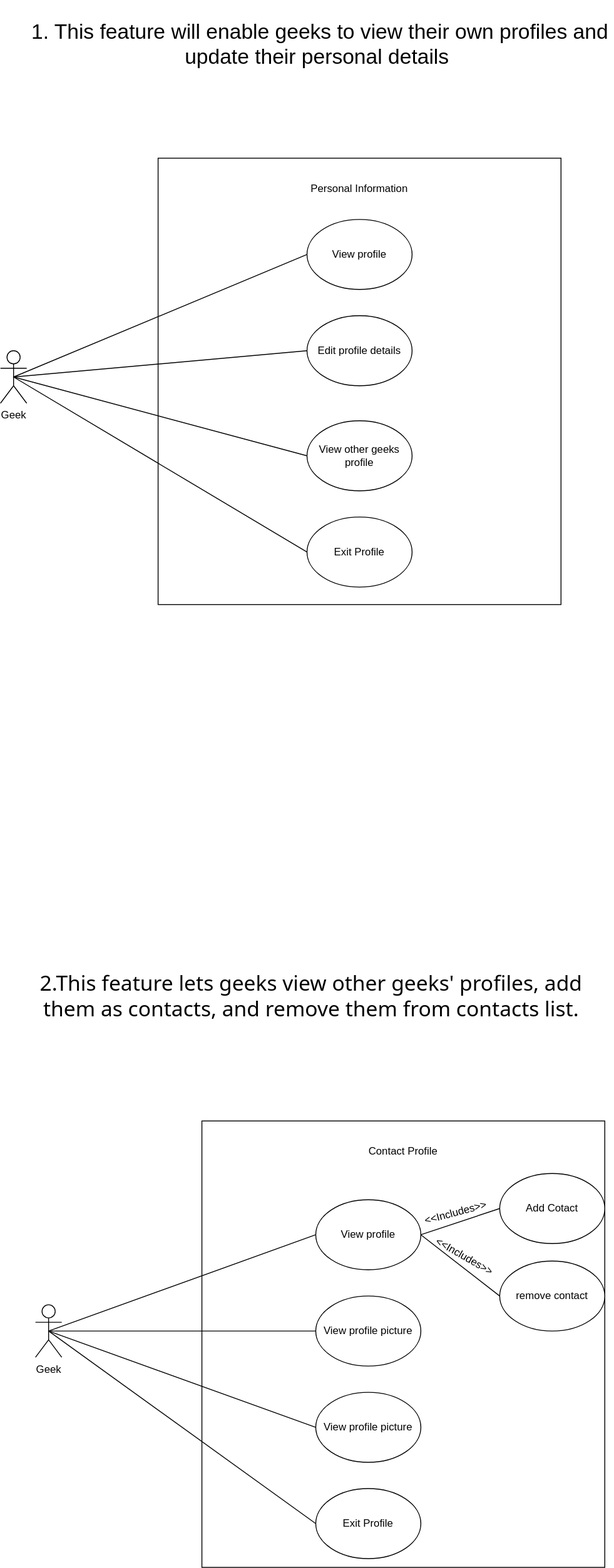
tshegofatso-motlhakane/Geeks-Chat keeps this draw.io diagram as Deliverable1/UsecaseDiagrams/Profile.drawio.svg. Above is the earlier version. Source tidied: cells renumbered, new cells last; positions are measured from the earlier drawing's top-left corner, leaving out a move shared by most shapes.
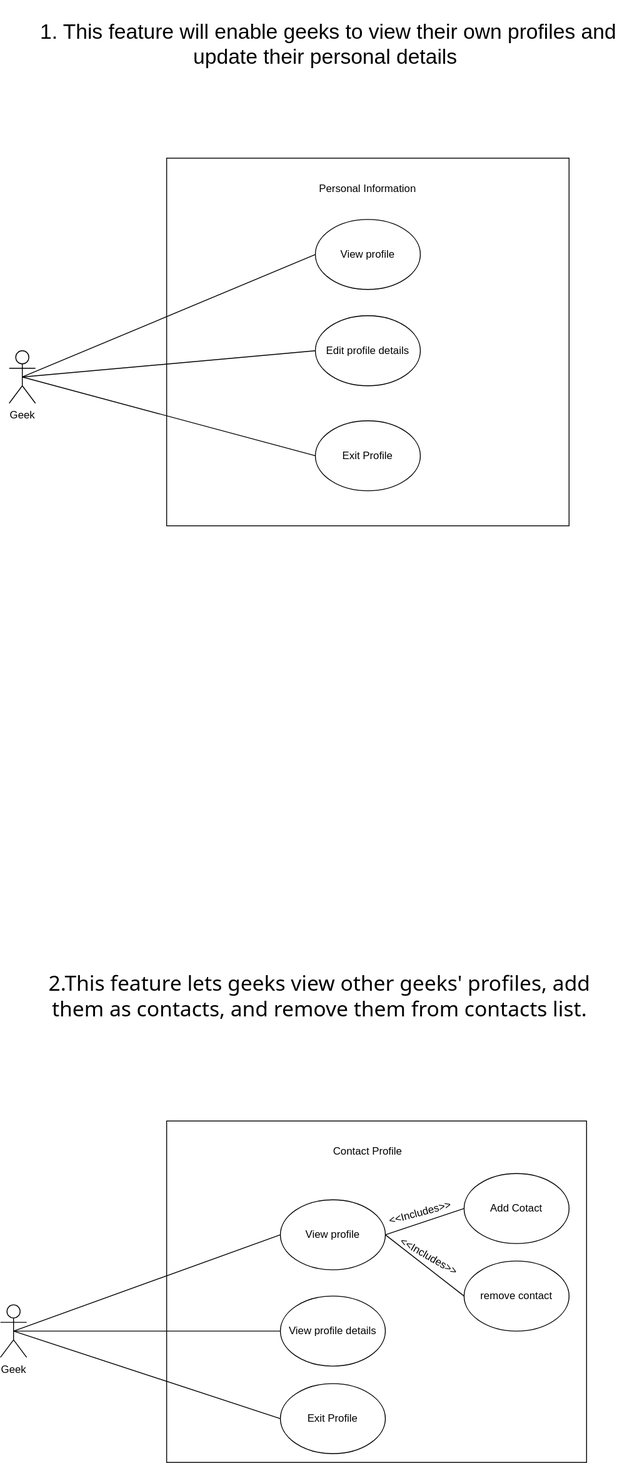
After the commit.

Change to the diagram source:
```diff
@@ -3,7 +3,7 @@
     <mxCell id="0" />
     <mxCell id="1" parent="0" />
     <mxCell id="2" style="rounded=0;whiteSpace=wrap;html=1;" parent="1" vertex="1">
-      <mxGeometry x="180" y="180" width="460" height="510" as="geometry" />
+      <mxGeometry x="180" y="180" width="460" height="420" as="geometry" />
     </mxCell>
     <mxCell id="3" value="Geek" style="shape=umlActor;verticalLabelPosition=bottom;verticalAlign=top;html=1;outlineConnect=0;" parent="1" vertex="1">
       <mxGeometry y="400" width="30" height="60" as="geometry" />
@@ -14,35 +14,29 @@
     <mxCell id="5" value="Edit profile details" style="ellipse;whiteSpace=wrap;html=1;" parent="1" vertex="1">
       <mxGeometry x="350" y="360" width="120" height="80" as="geometry" />
     </mxCell>
-    <mxCell id="6" value="View other geeks profile" style="ellipse;whiteSpace=wrap;html=1;" parent="1" vertex="1">
-      <mxGeometry x="350" y="480" width="120" height="80" as="geometry" />
-    </mxCell>
     <mxCell id="7" value="View profile" style="ellipse;whiteSpace=wrap;html=1;" parent="1" vertex="1">
       <mxGeometry x="350" y="250" width="120" height="80" as="geometry" />
     </mxCell>
     <mxCell id="8" style="endArrow=none;html=1;rounded=0;exitX=0.5;exitY=0.5;exitDx=0;exitDy=0;exitPerimeter=0;entryX=0;entryY=0.5;entryDx=0;entryDy=0;" parent="1" edge="1" source="3" target="5">
       <mxGeometry relative="1" as="geometry" />
     </mxCell>
-    <mxCell id="9" style="endArrow=none;html=1;rounded=0;exitX=0.5;exitY=0.5;exitDx=0;exitDy=0;exitPerimeter=0;entryX=0;entryY=0.5;entryDx=0;entryDy=0;" parent="1" edge="1" source="3" target="6">
-      <mxGeometry relative="1" as="geometry" />
-    </mxCell>
     <mxCell id="10" style="endArrow=none;html=1;rounded=0;entryX=0;entryY=0.5;entryDx=0;entryDy=0;exitX=0.5;exitY=0.5;exitDx=0;exitDy=0;exitPerimeter=0;" parent="1" edge="1" source="3" target="7">
       <mxGeometry relative="1" as="geometry" />
     </mxCell>
     <mxCell id="11" style="rounded=0;whiteSpace=wrap;html=1;" parent="1" vertex="1">
-      <mxGeometry x="230" y="1280" width="460" height="510" as="geometry" />
+      <mxGeometry x="180" y="1280" width="480" height="390" as="geometry" />
     </mxCell>
     <mxCell id="12" value="Geek" style="shape=umlActor;verticalLabelPosition=bottom;verticalAlign=top;html=1;outlineConnect=0;" parent="1" vertex="1">
-      <mxGeometry x="40" y="1490" width="30" height="60" as="geometry" />
+      <mxGeometry x="-10" y="1490" width="30" height="60" as="geometry" />
     </mxCell>
     <mxCell id="13" value="Contact Profile" style="text;html=1;strokeColor=none;fillColor=none;align=center;verticalAlign=middle;whiteSpace=wrap;rounded=0;" parent="1" vertex="1">
-      <mxGeometry x="400" y="1300" width="120" height="30" as="geometry" />
+      <mxGeometry x="350" y="1300" width="120" height="30" as="geometry" />
     </mxCell>
     <mxCell id="14" value="Add Cotact" style="ellipse;whiteSpace=wrap;html=1;" parent="1" vertex="1">
-      <mxGeometry x="570" y="1340" width="120" height="80" as="geometry" />
+      <mxGeometry x="520" y="1340" width="120" height="80" as="geometry" />
     </mxCell>
     <mxCell id="15" value="View profile" style="ellipse;whiteSpace=wrap;html=1;" parent="1" vertex="1">
-      <mxGeometry x="360" y="1370" width="120" height="80" as="geometry" />
+      <mxGeometry x="310" y="1370" width="120" height="80" as="geometry" />
     </mxCell>
     <mxCell id="16" style="endArrow=none;html=1;rounded=0;entryX=0;entryY=0.5;entryDx=0;entryDy=0;exitX=0.5;exitY=0.5;exitDx=0;exitDy=0;exitPerimeter=0;" parent="1" edge="1" source="12" target="15">
       <mxGeometry relative="1" as="geometry" />
@@ -51,37 +45,31 @@
       <mxGeometry relative="1" as="geometry" />
     </mxCell>
     <mxCell id="18" value="&amp;lt;&amp;lt;Includes&amp;gt;&amp;gt;" style="text;html=1;strokeColor=none;fillColor=none;align=center;verticalAlign=middle;whiteSpace=wrap;rounded=0;rotation=30;" parent="1" vertex="1">
-      <mxGeometry x="500" y="1420" width="60" height="30" as="geometry" />
+      <mxGeometry x="450" y="1420" width="60" height="30" as="geometry" />
     </mxCell>
-    <mxCell id="19" value="View profile picture" style="ellipse;whiteSpace=wrap;html=1;" parent="1" vertex="1">
-      <mxGeometry x="360" y="1480" width="120" height="80" as="geometry" />
+    <mxCell id="19" value="View profile details" style="ellipse;whiteSpace=wrap;html=1;" parent="1" vertex="1">
+      <mxGeometry x="310" y="1480" width="120" height="80" as="geometry" />
     </mxCell>
     <mxCell id="20" style="endArrow=none;html=1;rounded=0;entryX=0;entryY=0.5;entryDx=0;entryDy=0;exitX=0.5;exitY=0.5;exitDx=0;exitDy=0;exitPerimeter=0;" parent="1" edge="1" source="12" target="19">
       <mxGeometry relative="1" as="geometry" />
     </mxCell>
     <mxCell id="21" value="Exit Profile" style="ellipse;whiteSpace=wrap;html=1;" parent="1" vertex="1">
-      <mxGeometry x="350" y="590" width="120" height="80" as="geometry" />
+      <mxGeometry x="350" y="480" width="120" height="80" as="geometry" />
     </mxCell>
     <mxCell id="22" style="endArrow=none;html=1;rounded=0;exitX=0.5;exitY=0.5;exitDx=0;exitDy=0;exitPerimeter=0;entryX=0;entryY=0.5;entryDx=0;entryDy=0;" parent="1" edge="1" source="3" target="21">
       <mxGeometry relative="1" as="geometry" />
     </mxCell>
-    <mxCell id="23" value="View profile picture" style="ellipse;whiteSpace=wrap;html=1;" parent="1" vertex="1">
-      <mxGeometry x="360" y="1590" width="120" height="80" as="geometry" />
-    </mxCell>
-    <mxCell id="24" style="endArrow=none;html=1;rounded=0;entryX=0;entryY=0.5;entryDx=0;entryDy=0;exitX=0.5;exitY=0.5;exitDx=0;exitDy=0;exitPerimeter=0;" parent="1" edge="1" source="12" target="23">
-      <mxGeometry relative="1" as="geometry" />
-    </mxCell>
     <mxCell id="25" value="remove contact" style="ellipse;whiteSpace=wrap;html=1;" parent="1" vertex="1">
-      <mxGeometry x="570" y="1440" width="120" height="80" as="geometry" />
+      <mxGeometry x="520" y="1440" width="120" height="80" as="geometry" />
     </mxCell>
     <mxCell id="26" style="endArrow=none;html=1;rounded=0;entryX=0;entryY=0.5;entryDx=0;entryDy=0;exitX=1;exitY=0.5;exitDx=0;exitDy=0;" parent="1" edge="1" source="15" target="25">
       <mxGeometry relative="1" as="geometry" />
     </mxCell>
     <mxCell id="27" value="&amp;lt;&amp;lt;Includes&amp;gt;&amp;gt;" style="text;html=1;strokeColor=none;fillColor=none;align=center;verticalAlign=middle;whiteSpace=wrap;rounded=0;rotation=-15;flipH=0;flipV=1;" parent="1" vertex="1">
-      <mxGeometry x="490" y="1370" width="60" height="30" as="geometry" />
+      <mxGeometry x="440" y="1370" width="60" height="30" as="geometry" />
     </mxCell>
     <mxCell id="28" value="Exit Profile" style="ellipse;whiteSpace=wrap;html=1;" parent="1" vertex="1">
-      <mxGeometry x="360" y="1700" width="120" height="80" as="geometry" />
+      <mxGeometry x="310" y="1580" width="120" height="80" as="geometry" />
     </mxCell>
     <mxCell id="29" style="endArrow=none;html=1;rounded=0;entryX=0;entryY=0.5;entryDx=0;entryDy=0;exitX=0.5;exitY=0.5;exitDx=0;exitDy=0;exitPerimeter=0;" parent="1" edge="1" source="12" target="28">
       <mxGeometry relative="1" as="geometry" />
```
